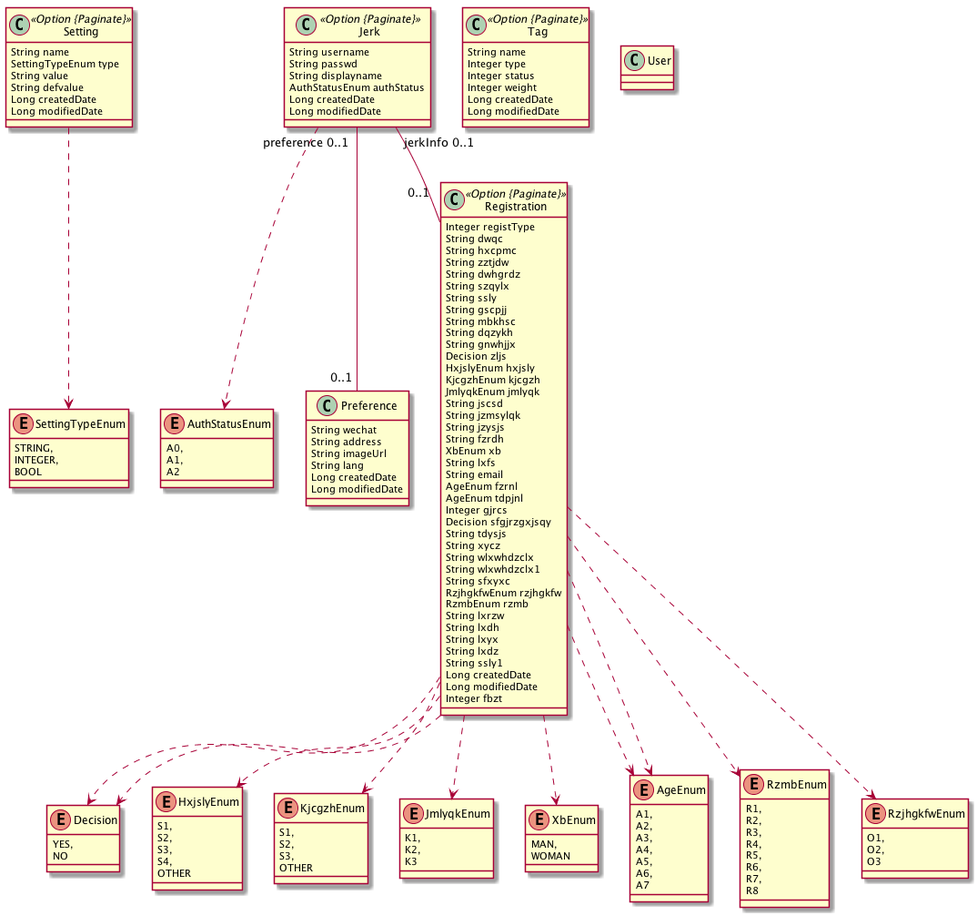
Earlier version of the PlantUML export src/model/Model.png (wangbl11/jerk).
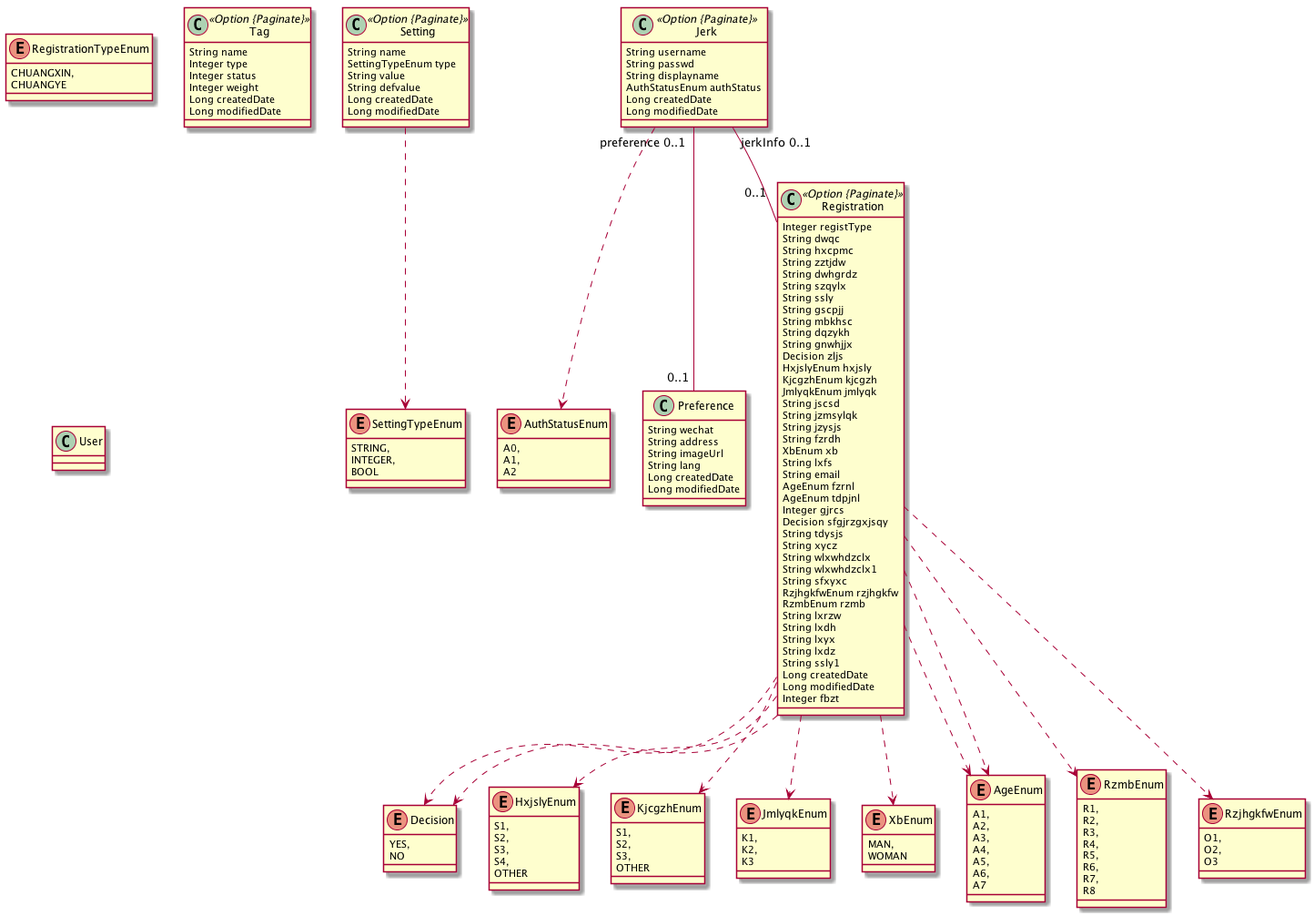
The same file after the commit.

The edit, as a diff of the source:
```diff
@@ -1,5 +1,9 @@
 @startuml
 	!pragma syntax class
+	enum RegistrationTypeEnum {
+		CHUANGXIN,
+		CHUANGYE
+	}
 	enum SettingTypeEnum {
 		STRING,
 		INTEGER,
```
